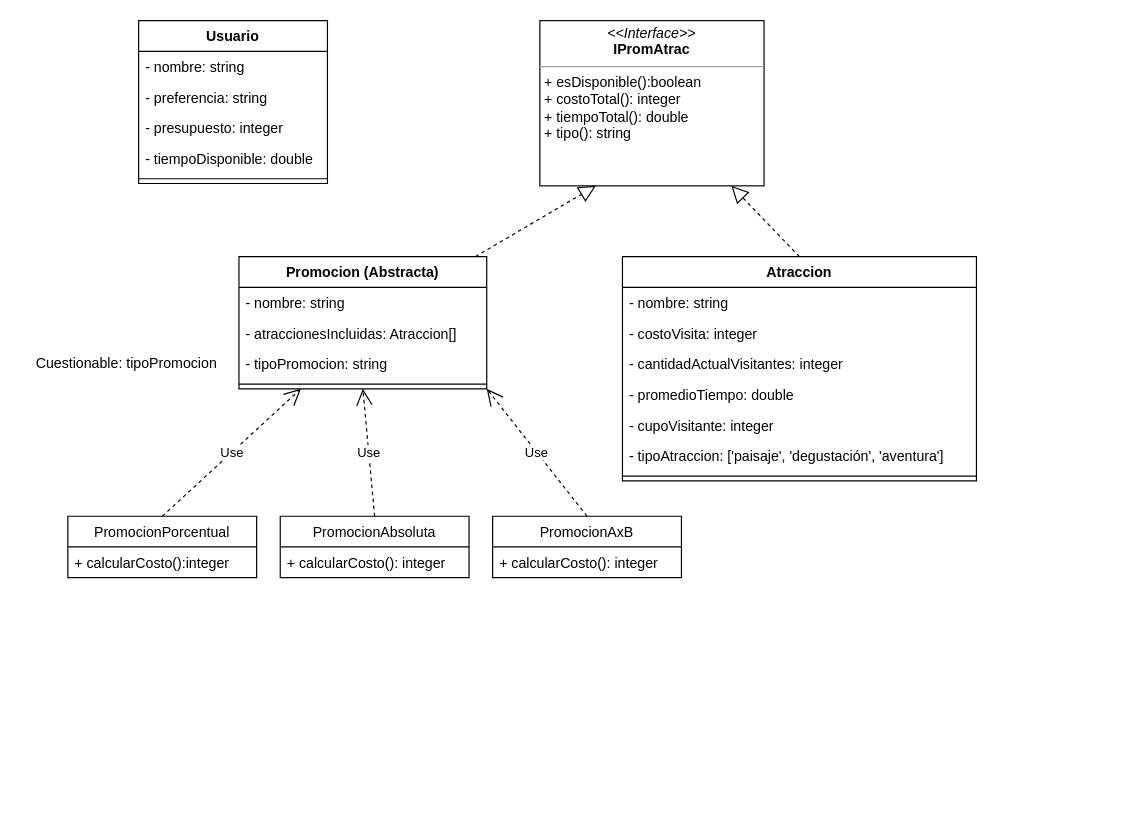
Above: UML/Draw.io Files/Turismo en la Edad Media - Diagrama de Clases.drawio in dualGiupponi/finnegans-turismoEdadMedia (draw.io), before the change. Source tidied: cells renumbered, new cells numbered last; positions are measured from the earlier drawing's top-left corner, leaving out a move shared by most shapes. Both pictures are drawn from the tidied source at 118%, with x=0, y=0 at pixel (20, 20).
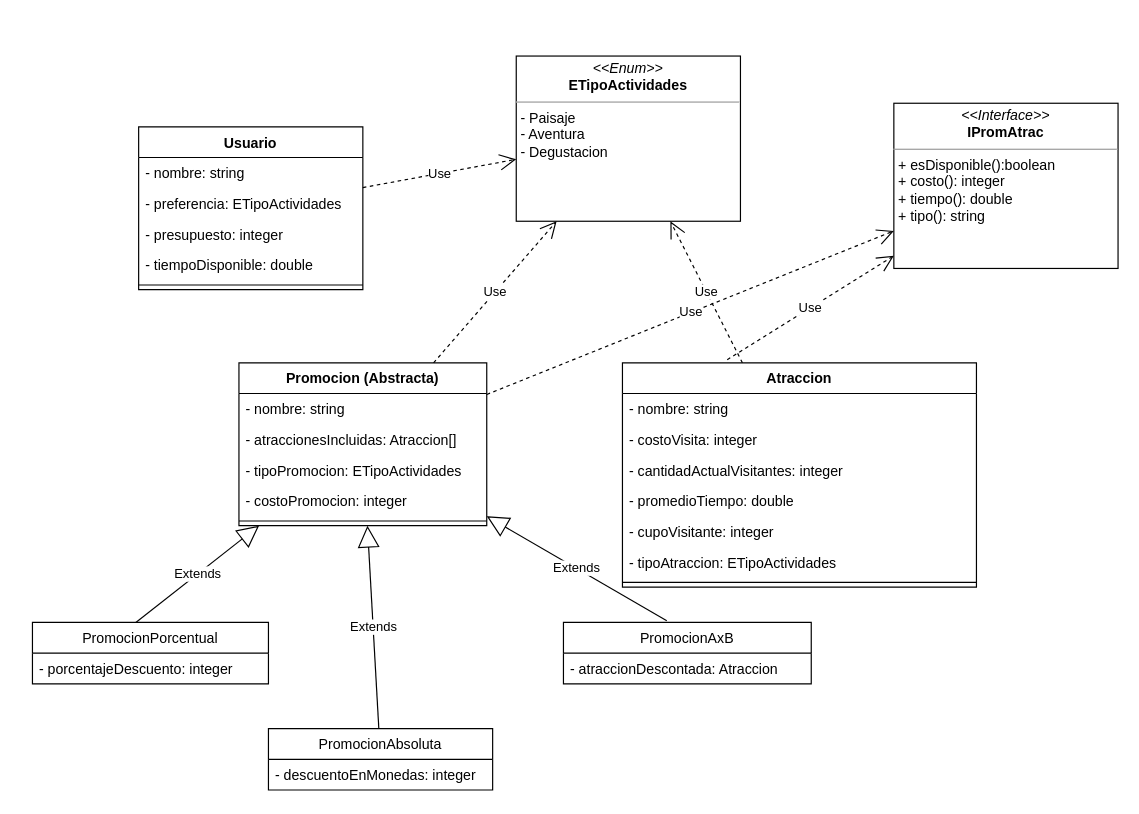
Above is the later version.

Diff of the diagram source:
```diff
@@
+    <mxCell id="31" value="&lt;p style=&quot;margin: 0px ; margin-top: 4px ; text-align: center&quot;&gt;&lt;i&gt;&amp;lt;&amp;lt;Interface&amp;gt;&amp;gt;&lt;/i&gt;&lt;br&gt;&lt;b&gt;IPromAtrac&lt;/b&gt;&lt;/p&gt;&lt;hr size=&quot;1&quot;&gt;&lt;p style=&quot;margin: 0px ; margin-left: 4px&quot;&gt;&lt;span&gt;+ esDisponible():boolean&lt;/span&gt;&lt;br&gt;&lt;/p&gt;&lt;p style=&quot;margin: 0px ; margin-left: 4px&quot;&gt;+ costo(): integer&lt;/p&gt;&lt;p style=&quot;margin: 0px ; margin-left: 4px&quot;&gt;+ tiempo(): double&lt;/p&gt;&lt;p style=&quot;margin: 0px ; margin-left: 4px&quot;&gt;+ tipo(): string&lt;/p&gt;" style="verticalAlign=top;align=left;overflow=fill;fontSize=12;fontFamily=Helvetica;html=1;" parent="1" vertex="1">
+      <mxGeometry x="740" y="70" width="190" height="140" as="geometry" />
+    </mxCell>
+    <mxCell id="34" value="&lt;p style=&quot;margin: 0px ; margin-top: 4px ; text-align: center&quot;&gt;&lt;i&gt;&amp;lt;&amp;lt;Enum&amp;gt;&amp;gt;&lt;/i&gt;&lt;br&gt;&lt;b&gt;ETipoActividades&lt;/b&gt;&lt;/p&gt;&lt;hr size=&quot;1&quot;&gt;&lt;p style=&quot;margin: 0px ; margin-left: 4px&quot;&gt;- Paisaje&lt;/p&gt;&lt;p style=&quot;margin: 0px ; margin-left: 4px&quot;&gt;- Aventura&lt;/p&gt;&lt;p style=&quot;margin: 0px ; margin-left: 4px&quot;&gt;- Degustacion&lt;/p&gt;" style="verticalAlign=top;align=left;overflow=fill;fontSize=12;fontFamily=Helvetica;html=1;" parent="1" vertex="1">
+      <mxGeometry x="420" y="30" width="190" height="140" as="geometry" />
+    </mxCell>
     <mxCell id="2" value="Usuario" style="swimlane;fontStyle=1;align=center;verticalAlign=top;horizontal=1;startSize=26;" parent="1" vertex="1">
-      <mxGeometry x="100" width="160" height="138" as="geometry" />
+      <mxGeometry x="100" y="90" width="190" height="138" as="geometry" />
     </mxCell>
     <mxCell id="3" value="- nombre: string" style="text;strokeColor=none;fillColor=none;align=left;verticalAlign=top;spacingLeft=4;spacingRight=4;overflow=hidden;" parent="2" vertex="1">
-      <mxGeometry y="26" width="160" height="26" as="geometry" />
+      <mxGeometry y="26" width="190" height="26" as="geometry" />
     </mxCell>
-    <mxCell id="4" value="- preferencia: string" style="text;strokeColor=none;fillColor=none;align=left;verticalAlign=top;spacingLeft=4;spacingRight=4;overflow=hidden;" parent="2" vertex="1">
-      <mxGeometry y="52" width="160" height="26" as="geometry" />
+    <mxCell id="4" value="- preferencia: ETipoActividades" style="text;strokeColor=none;fillColor=none;align=left;verticalAlign=top;spacingLeft=4;spacingRight=4;overflow=hidden;" parent="2" vertex="1">
+      <mxGeometry y="52" width="190" height="26" as="geometry" />
     </mxCell>
     <mxCell id="5" value="- presupuesto: integer" style="text;strokeColor=none;fillColor=none;align=left;verticalAlign=top;spacingLeft=4;spacingRight=4;overflow=hidden;" parent="2" vertex="1">
-      <mxGeometry y="78" width="160" height="26" as="geometry" />
+      <mxGeometry y="78" width="190" height="26" as="geometry" />
     </mxCell>
     <mxCell id="6" value="- tiempoDisponible: double" style="text;strokeColor=none;fillColor=none;align=left;verticalAlign=top;spacingLeft=4;spacingRight=4;overflow=hidden;" parent="2" vertex="1">
-      <mxGeometry y="104" width="160" height="26" as="geometry" />
+      <mxGeometry y="104" width="190" height="26" as="geometry" />
     </mxCell>
     <mxCell id="7" style="line;strokeWidth=1;fillColor=none;align=left;verticalAlign=middle;spacingTop=-1;spacingLeft=3;spacingRight=3;labelPosition=right;" parent="2" vertex="1">
-      <mxGeometry y="130" width="160" height="8" as="geometry" />
+      <mxGeometry y="130" width="190" height="8" as="geometry" />
     </mxCell>
     <mxCell id="8" value="Promocion (Abstracta)" style="swimlane;fontStyle=1;align=center;verticalAlign=top;horizontal=1;startSize=26;" parent="1" vertex="1">
-      <mxGeometry x="185" y="200" width="210" height="112" as="geometry" />
+      <mxGeometry x="185" y="290" width="210" height="138" as="geometry" />
     </mxCell>
@@
-    <mxCell id="11" value="- tipoPromocion: string" style="text;strokeColor=none;fillColor=none;align=left;verticalAlign=top;spacingLeft=4;spacingRight=4;overflow=hidden;" parent="8" vertex="1">
+    <mxCell id="11" value="- tipoPromocion: ETipoActividades" style="text;strokeColor=none;fillColor=none;align=left;verticalAlign=top;spacingLeft=4;spacingRight=4;overflow=hidden;" parent="8" vertex="1">
       <mxGeometry y="78" width="210" height="26" as="geometry" />
     </mxCell>
+    <mxCell id="35" value="- costoPromocion: integer" style="text;strokeColor=none;fillColor=none;align=left;verticalAlign=top;spacingLeft=4;spacingRight=4;overflow=hidden;" parent="8" vertex="1">
+      <mxGeometry y="104" width="210" height="26" as="geometry" />
+    </mxCell>
     <mxCell id="12" style="line;strokeWidth=1;fillColor=none;align=left;verticalAlign=middle;spacingTop=-1;spacingLeft=3;spacingRight=3;labelPosition=right;" parent="8" vertex="1">
-      <mxGeometry y="104" width="210" height="8" as="geometry" />
+      <mxGeometry y="130" width="210" height="8" as="geometry" />
     </mxCell>
     <mxCell id="13" value="Atraccion" style="swimlane;fontStyle=1;align=center;verticalAlign=top;horizontal=1;startSize=26;" parent="1" vertex="1">
-      <mxGeometry x="510" y="200" width="300" height="190" as="geometry" />
+      <mxGeometry x="510" y="290" width="300" height="190" as="geometry" />
     </mxCell>
@@
-    <mxCell id="19" value="- tipoAtraccion: ['paisaje', 'degustación', 'aventura']" style="text;strokeColor=none;fillColor=none;align=left;verticalAlign=top;spacingLeft=4;spacingRight=4;overflow=hidden;" parent="13" vertex="1">
+    <mxCell id="19" value="- tipoAtraccion: ETipoActividades" style="text;strokeColor=none;fillColor=none;align=left;verticalAlign=top;spacingLeft=4;spacingRight=4;overflow=hidden;" parent="13" vertex="1">
       <mxGeometry y="156" width="300" height="26" as="geometry" />
     </mxCell>
@@
-    <mxCell id="21" value="PromocionAbsoluta" style="swimlane;fontStyle=0;horizontal=1;startSize=26;fillColor=none;" parent="1" vertex="1">
-      <mxGeometry x="220" y="420" width="160" height="52" as="geometry" />
-    </mxCell>
-    <mxCell id="22" value="+ calcularCosto(): integer" style="text;strokeColor=none;fillColor=none;align=left;verticalAlign=top;spacingLeft=4;spacingRight=4;overflow=hidden;" parent="21" vertex="1">
-      <mxGeometry y="26" width="160" height="26" as="geometry" />
-    </mxCell>
-    <mxCell id="23" value="PromocionAxB" style="swimlane;fontStyle=0;horizontal=1;startSize=26;fillColor=none;" parent="1" vertex="1">
-      <mxGeometry x="400" y="420" width="160" height="52" as="geometry" />
-    </mxCell>
-    <mxCell id="24" value="+ calcularCosto(): integer" style="text;strokeColor=none;fillColor=none;align=left;verticalAlign=top;spacingLeft=4;spacingRight=4;overflow=hidden;" parent="23" vertex="1">
-      <mxGeometry y="26" width="160" height="26" as="geometry" />
-    </mxCell>
-    <mxCell id="25" value="PromocionPorcentual" style="swimlane;fontStyle=0;horizontal=1;startSize=26;fillColor=none;" parent="1" vertex="1">
-      <mxGeometry x="40" y="420" width="160" height="52" as="geometry" />
-    </mxCell>
-    <mxCell id="26" value="+ calcularCosto():integer" style="text;strokeColor=none;fillColor=none;align=left;verticalAlign=top;spacingLeft=4;spacingRight=4;overflow=hidden;" parent="25" vertex="1">
-      <mxGeometry y="26" width="160" height="26" as="geometry" />
-    </mxCell>
-    <mxCell id="27" value="Use" style="endArrow=open;endSize=12;dashed=1;html=1;exitX=0.5;exitY=0;exitDx=0;exitDy=0;entryX=0.25;entryY=1;entryDx=0;entryDy=0;" parent="1" edge="1" source="25" target="8">
+    <mxCell id="27" value="Extends" style="endArrow=block;endSize=16;endFill=0;html=1;exitX=0.438;exitY=0;exitDx=0;exitDy=0;exitPerimeter=0;" parent="1" edge="1" source="25" target="8">
       <mxGeometry relative="1" as="geometry" />
     </mxCell>
-    <mxCell id="28" value="Use" style="endArrow=open;endSize=12;dashed=1;html=1;exitX=0.5;exitY=0;exitDx=0;exitDy=0;entryX=0.5;entryY=1;entryDx=0;entryDy=0;" parent="1" edge="1" source="21" target="8">
+    <mxCell id="28" value="Extends" style="endArrow=block;endSize=16;endFill=0;html=1;" parent="1" edge="1" source="21" target="8">
       <mxGeometry relative="1" as="geometry" />
     </mxCell>
-    <mxCell id="29" value="Use" style="endArrow=open;endSize=12;dashed=1;html=1;exitX=0.5;exitY=0;exitDx=0;exitDy=0;entryX=1;entryY=1;entryDx=0;entryDy=0;" parent="1" edge="1" source="23" target="8">
+    <mxCell id="29" value="Extends" style="endArrow=block;endSize=16;endFill=0;html=1;exitX=0.417;exitY=-0.026;exitDx=0;exitDy=0;exitPerimeter=0;" parent="1" edge="1" source="23" target="8">
       <mxGeometry relative="1" as="geometry" />
     </mxCell>
-    <mxCell id="30" value="Cuestionable: tipoPromocion" style="text;html=1;strokeColor=none;fillColor=none;align=center;verticalAlign=middle;whiteSpace=wrap;rounded=0;" parent="1" vertex="1">
-      <mxGeometry y="281" width="180" height="20" as="geometry" />
-    </mxCell>
-    <mxCell id="31" value="&lt;p style=&quot;margin: 0px ; margin-top: 4px ; text-align: center&quot;&gt;&lt;i&gt;&amp;lt;&amp;lt;Interface&amp;gt;&amp;gt;&lt;/i&gt;&lt;br&gt;&lt;b&gt;IPromAtrac&lt;/b&gt;&lt;/p&gt;&lt;hr size=&quot;1&quot;&gt;&lt;p style=&quot;margin: 0px ; margin-left: 4px&quot;&gt;&lt;span&gt;+ esDisponible():boolean&lt;/span&gt;&lt;br&gt;&lt;/p&gt;&lt;p style=&quot;margin: 0px ; margin-left: 4px&quot;&gt;+ costoTotal(): integer&lt;/p&gt;&lt;p style=&quot;margin: 0px ; margin-left: 4px&quot;&gt;+ tiempoTotal(): double&lt;/p&gt;&lt;p style=&quot;margin: 0px ; margin-left: 4px&quot;&gt;+ tipo(): string&lt;/p&gt;" style="verticalAlign=top;align=left;overflow=fill;fontSize=12;fontFamily=Helvetica;html=1;" parent="1" vertex="1">
-      <mxGeometry x="440" width="190" height="140" as="geometry" />
-    </mxCell>
-    <mxCell id="32" style="endArrow=block;dashed=1;endFill=0;endSize=12;html=1;entryX=0.25;entryY=1;entryDx=0;entryDy=0;" parent="1" edge="1" source="8" target="31">
+    <mxCell id="32" value="Use" style="endArrow=open;endSize=12;dashed=1;html=1;" parent="1" edge="1" source="8" target="31">
       <mxGeometry relative="1" as="geometry" />
     </mxCell>
-    <mxCell id="33" style="endArrow=block;dashed=1;endFill=0;endSize=12;html=1;exitX=0.5;exitY=0;exitDx=0;exitDy=0;" parent="1" edge="1" source="13" target="31">
+    <mxCell id="33" value="Use" style="endArrow=open;endSize=12;dashed=1;html=1;exitX=0.296;exitY=-0.014;exitDx=0;exitDy=0;exitPerimeter=0;" parent="1" edge="1" source="13" target="31">
       <mxGeometry relative="1" as="geometry" />
     </mxCell>
+    <mxCell id="36" value="Use" style="endArrow=open;endSize=12;dashed=1;html=1;" parent="1" edge="1" source="13" target="34">
+      <mxGeometry relative="1" as="geometry" />
+    </mxCell>
+    <mxCell id="37" value="Use" style="endArrow=open;endSize=12;dashed=1;html=1;" parent="1" edge="1" source="8" target="34">
+      <mxGeometry relative="1" as="geometry" />
+    </mxCell>
+    <mxCell id="38" value="Use" style="endArrow=open;endSize=12;dashed=1;html=1;" parent="1" edge="1" source="2" target="34">
+      <mxGeometry relative="1" as="geometry" />
+    </mxCell>
+    <mxCell id="25" value="PromocionPorcentual" style="swimlane;fontStyle=0;horizontal=1;startSize=26;fillColor=none;" parent="1" vertex="1">
+      <mxGeometry x="10" y="510" width="200" height="52" as="geometry" />
+    </mxCell>
+    <mxCell id="39" value="- porcentajeDescuento: integer" style="text;strokeColor=none;fillColor=none;align=left;verticalAlign=top;spacingLeft=4;spacingRight=4;overflow=hidden;" parent="25" vertex="1">
+      <mxGeometry y="26" width="200" height="26" as="geometry" />
+    </mxCell>
+    <mxCell id="21" value="PromocionAbsoluta" style="swimlane;fontStyle=0;horizontal=1;startSize=26;fillColor=none;" parent="1" vertex="1">
+      <mxGeometry x="210" y="600" width="190" height="52" as="geometry" />
+    </mxCell>
+    <mxCell id="40" value="- descuentoEnMonedas: integer" style="text;strokeColor=none;fillColor=none;align=left;verticalAlign=top;spacingLeft=4;spacingRight=4;overflow=hidden;" parent="21" vertex="1">
+      <mxGeometry y="26" width="190" height="26" as="geometry" />
+    </mxCell>
+    <mxCell id="23" value="PromocionAxB" style="swimlane;fontStyle=0;horizontal=1;startSize=26;fillColor=none;" parent="1" vertex="1">
+      <mxGeometry x="460" y="510" width="210" height="52" as="geometry" />
+    </mxCell>
+    <mxCell id="41" value="- atraccionDescontada: Atraccion" style="text;strokeColor=none;fillColor=none;align=left;verticalAlign=top;spacingLeft=4;spacingRight=4;overflow=hidden;" parent="23" vertex="1">
+      <mxGeometry y="26" width="210" height="26" as="geometry" />
+    </mxCell>
```
